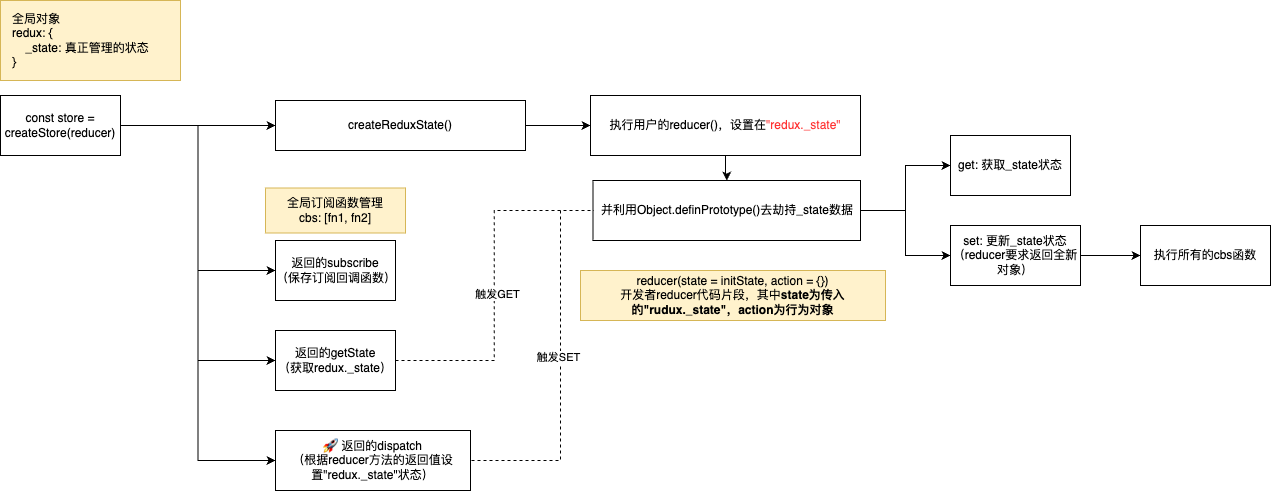
Above: redux思想.drawio.png in JYbill/draw (draw.io), before the change. Source tidied: cells renumbered, new cells last; positions are measured from the earlier drawing's top-left corner, leaving out a move shared by most shapes. Its diagram source:
```xml
<mxGraphModel>
  <root>
    <mxCell id="0" />
    <mxCell id="1" parent="0" />
    <mxCell id="2" value="返回的subscribe&lt;br&gt;（保存订阅回调函数）" style="rounded=0;whiteSpace=wrap;html=1;" parent="1" vertex="1">
      <mxGeometry x="275" y="240" width="120" height="60" as="geometry" />
    </mxCell>
    <mxCell id="3" style="edgeStyle=orthogonalEdgeStyle;rounded=0;jettySize=auto;html=1;exitX=1;exitY=0.5;exitDx=0;exitDy=0;" parent="1" edge="1" source="4" target="16">
      <mxGeometry relative="1" as="geometry" />
    </mxCell>
    <mxCell id="4" value="createReduxState()" style="rounded=0;whiteSpace=wrap;html=1;" parent="1" vertex="1">
      <mxGeometry x="275" y="100" width="250" height="50" as="geometry" />
    </mxCell>
    <mxCell id="5" value="get: 获取_state状态" style="rounded=0;whiteSpace=wrap;html=1;" parent="1" vertex="1">
      <mxGeometry x="950" y="135" width="120" height="60" as="geometry" />
    </mxCell>
    <mxCell id="6" style="edgeStyle=orthogonalEdgeStyle;rounded=0;jettySize=auto;html=1;exitX=1;exitY=0.5;exitDx=0;exitDy=0;" parent="1" edge="1" source="7" target="8">
      <mxGeometry relative="1" as="geometry" />
    </mxCell>
    <mxCell id="7" value="set: 更新_state状态（reducer要求返回全新对象）" style="rounded=0;whiteSpace=wrap;html=1;" parent="1" vertex="1">
      <mxGeometry x="950" y="225" width="130" height="60" as="geometry" />
    </mxCell>
    <mxCell id="8" value="执行所有的cbs函数" style="rounded=0;whiteSpace=wrap;html=1;" parent="1" vertex="1">
      <mxGeometry x="1140" y="225" width="130" height="60" as="geometry" />
    </mxCell>
    <mxCell id="9" value="全局订阅函数管理&lt;br&gt;cbs: [fn1, fn2]" style="text;html=1;align=center;verticalAlign=middle;whiteSpace=wrap;rounded=0;fillColor=#fff2cc;strokeColor=#d6b656;" parent="1" vertex="1">
      <mxGeometry x="265" y="187.5" width="140" height="45" as="geometry" />
    </mxCell>
    <mxCell id="10" value="全局对象&lt;br&gt;redux: {&lt;br&gt;&amp;nbsp; &amp;nbsp; _state: 真正管理的状态&lt;br&gt;}&amp;nbsp;" style="text;html=1;align=left;verticalAlign=middle;whiteSpace=wrap;rounded=0;fillColor=#fff2cc;strokeColor=#d6b656;spacingLeft=10;" parent="1" vertex="1">
      <mxGeometry width="180" height="80" as="geometry" />
    </mxCell>
    <mxCell id="11" value="reducer(state = initState, action = {})&lt;br&gt;开发者reducer代码片段，其中&lt;b&gt;state为传入的&quot;rudux._state&quot;，action为行为对象&lt;/b&gt;" style="text;html=1;align=center;verticalAlign=middle;whiteSpace=wrap;rounded=0;fillColor=#fff2cc;strokeColor=#d6b656;" parent="1" vertex="1">
      <mxGeometry x="580" y="270" width="305" height="50" as="geometry" />
    </mxCell>
    <mxCell id="12" style="edgeStyle=orthogonalEdgeStyle;rounded=0;jettySize=auto;html=1;exitX=1;exitY=0.5;exitDx=0;exitDy=0;entryX=0;entryY=0.5;entryDx=0;entryDy=0;" parent="1" edge="1" source="14" target="5">
      <mxGeometry relative="1" as="geometry" />
    </mxCell>
    <mxCell id="13" style="edgeStyle=orthogonalEdgeStyle;rounded=0;jettySize=auto;html=1;exitX=1;exitY=0.5;exitDx=0;exitDy=0;" parent="1" edge="1" source="14" target="7">
      <mxGeometry relative="1" as="geometry" />
    </mxCell>
    <mxCell id="14" value="并利用Object.definPrototype()去劫持_state数据" style="rounded=0;whiteSpace=wrap;html=1;" parent="1" vertex="1">
      <mxGeometry x="592.5" y="180" width="267.5" height="60" as="geometry" />
    </mxCell>
    <mxCell id="15" style="edgeStyle=orthogonalEdgeStyle;rounded=0;jettySize=auto;html=1;exitX=0.5;exitY=1;exitDx=0;exitDy=0;" parent="1" edge="1" source="16" target="14">
      <mxGeometry relative="1" as="geometry" />
    </mxCell>
    <mxCell id="16" value="执行用户的reducer()，设置在&lt;font color=&quot;#ff3333&quot;&gt;&quot;redux._state&quot;&lt;/font&gt;" style="rounded=0;whiteSpace=wrap;html=1;" parent="1" vertex="1">
      <mxGeometry x="590" y="95" width="270" height="60" as="geometry" />
    </mxCell>
    <mxCell id="17" style="edgeStyle=orthogonalEdgeStyle;rounded=0;jettySize=auto;html=1;exitX=1;exitY=0.5;exitDx=0;exitDy=0;entryX=0;entryY=0.5;entryDx=0;entryDy=0;" parent="1" edge="1" source="21" target="4">
      <mxGeometry relative="1" as="geometry" />
    </mxCell>
    <mxCell id="18" style="edgeStyle=orthogonalEdgeStyle;rounded=0;jettySize=auto;html=1;exitX=1;exitY=0.5;exitDx=0;exitDy=0;entryX=0;entryY=0.5;entryDx=0;entryDy=0;" parent="1" edge="1" source="21" target="2">
      <mxGeometry relative="1" as="geometry" />
    </mxCell>
    <mxCell id="19" style="edgeStyle=orthogonalEdgeStyle;rounded=0;jettySize=auto;html=1;exitX=1;exitY=0.5;exitDx=0;exitDy=0;entryX=0;entryY=0.5;entryDx=0;entryDy=0;" parent="1" edge="1" source="21" target="24">
      <mxGeometry relative="1" as="geometry" />
    </mxCell>
    <mxCell id="20" style="edgeStyle=orthogonalEdgeStyle;rounded=0;jettySize=auto;html=1;exitX=1;exitY=0.5;exitDx=0;exitDy=0;entryX=0;entryY=0.5;entryDx=0;entryDy=0;" parent="1" edge="1" source="21" target="27">
      <mxGeometry relative="1" as="geometry" />
    </mxCell>
    <mxCell id="21" value="const store = createStore(reducer)" style="rounded=0;whiteSpace=wrap;html=1;" parent="1" vertex="1">
      <mxGeometry y="95" width="120" height="60" as="geometry" />
    </mxCell>
    <mxCell id="22" style="edgeStyle=orthogonalEdgeStyle;rounded=0;jettySize=auto;html=1;exitX=1;exitY=0.5;exitDx=0;exitDy=0;entryX=0;entryY=0.5;entryDx=0;entryDy=0;startArrow=none;startFill=0;endArrow=none;endFill=0;dashed=1;" parent="1" edge="1" source="24" target="14">
      <mxGeometry relative="1" as="geometry" />
    </mxCell>
    <mxCell id="23" value="触发GET" style="edgeLabel;html=1;align=center;verticalAlign=middle;" parent="22" vertex="1">
      <mxGeometry x="-0.05" y="-3" relative="1" as="geometry" />
    </mxCell>
    <mxCell id="24" value="返回的getState&lt;br&gt;（获取redux._state）" style="rounded=0;whiteSpace=wrap;html=1;" parent="1" vertex="1">
      <mxGeometry x="275" y="330" width="120" height="60" as="geometry" />
    </mxCell>
    <mxCell id="25" style="edgeStyle=orthogonalEdgeStyle;rounded=0;orthogonalLoop=1;jettySize=auto;html=1;exitX=1;exitY=0.5;exitDx=0;exitDy=0;entryX=0;entryY=0.5;entryDx=0;entryDy=0;endArrow=none;endFill=0;dashed=1;" parent="1" edge="1">
      <mxGeometry relative="1" as="geometry">
        <mxPoint x="471" y="460" as="sourcePoint" />
        <mxPoint x="593.5" y="210" as="targetPoint" />
        <Array as="points">
          <mxPoint x="560" y="460" />
          <mxPoint x="560" y="210" />
        </Array>
      </mxGeometry>
    </mxCell>
    <mxCell id="26" value="触发SET" style="edgeLabel;html=1;align=center;verticalAlign=middle;" parent="25" vertex="1">
      <mxGeometry x="0.04" y="3" relative="1" as="geometry" />
    </mxCell>
    <mxCell id="27" value="🚀 返回的dispatch&lt;br&gt;（根据reducer方法的返回值设置&quot;redux._state&quot;状态）" style="rounded=0;whiteSpace=wrap;html=1;" parent="1" vertex="1">
      <mxGeometry x="275" y="430" width="195" height="60" as="geometry" />
    </mxCell>
  </root>
</mxGraphModel>
```
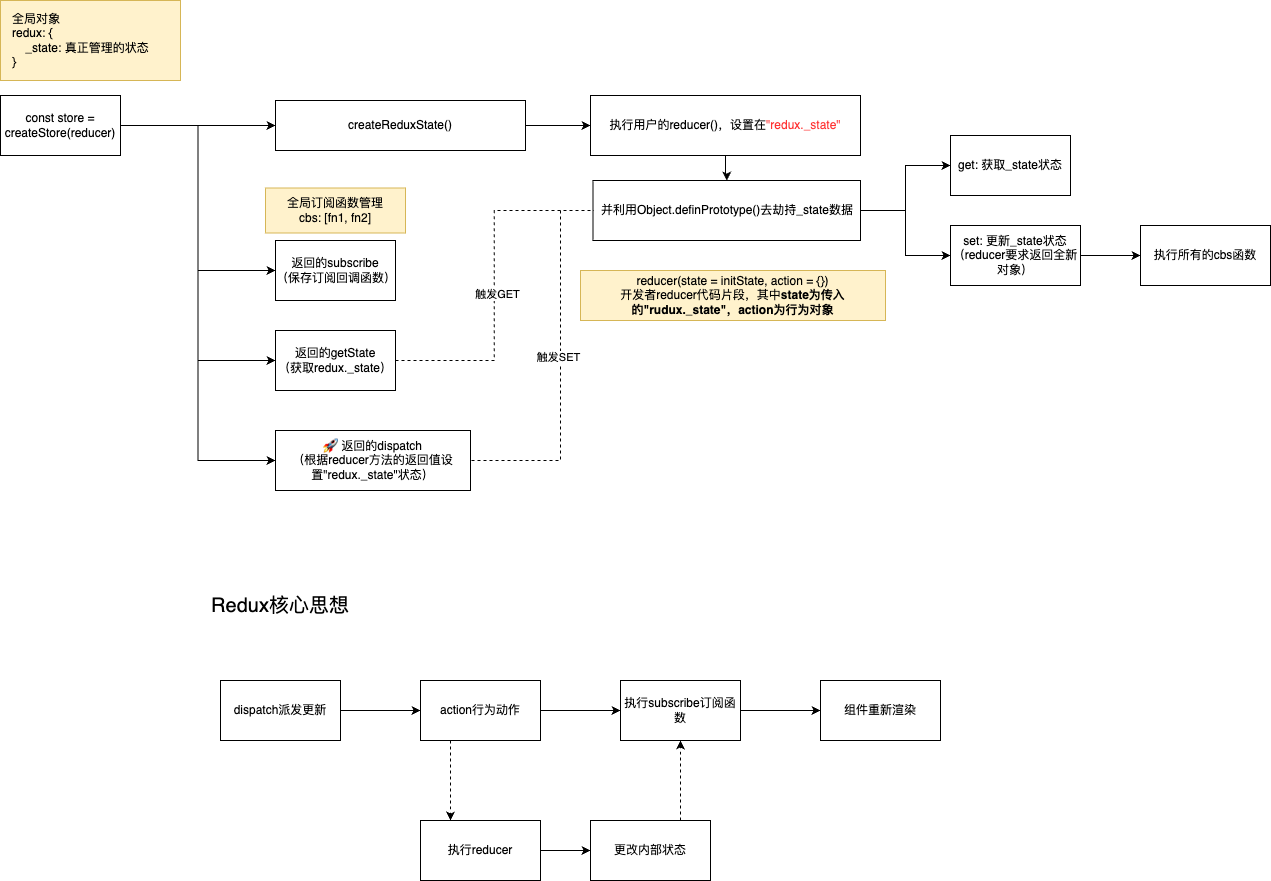
The same diagram one commit later.

Diff of the diagram source:
```diff
@@ -87,5 +87,44 @@
     <mxCell id="27" value="🚀 返回的dispatch&lt;br&gt;（根据reducer方法的返回值设置&quot;redux._state&quot;状态）" style="rounded=0;whiteSpace=wrap;html=1;" parent="1" vertex="1">
       <mxGeometry x="275" y="430" width="195" height="60" as="geometry" />
     </mxCell>
+    <mxCell id="28" value="Redux核心思想" style="text;html=1;align=center;verticalAlign=middle;whiteSpace=wrap;rounded=0;fontSize=20;" parent="1" vertex="1">
+      <mxGeometry x="130" y="580" width="300" height="50" as="geometry" />
+    </mxCell>
+    <mxCell id="29" style="edgeStyle=orthogonalEdgeStyle;rounded=0;jettySize=auto;html=1;exitX=1;exitY=0.5;exitDx=0;exitDy=0;" parent="1" edge="1" source="30" target="33">
+      <mxGeometry relative="1" as="geometry" />
+    </mxCell>
+    <mxCell id="30" value="dispatch派发更新" style="rounded=0;whiteSpace=wrap;html=1;" parent="1" vertex="1">
+      <mxGeometry x="220" y="680" width="120" height="60" as="geometry" />
+    </mxCell>
+    <mxCell id="31" style="edgeStyle=orthogonalEdgeStyle;rounded=0;jettySize=auto;html=1;exitX=1;exitY=0.5;exitDx=0;exitDy=0;" parent="1" edge="1" source="33" target="35">
+      <mxGeometry relative="1" as="geometry" />
+    </mxCell>
+    <mxCell id="32" style="edgeStyle=orthogonalEdgeStyle;rounded=0;jettySize=auto;html=1;exitX=0.25;exitY=1;exitDx=0;exitDy=0;entryX=0.25;entryY=0;entryDx=0;entryDy=0;dashed=1;" parent="1" edge="1" source="33" target="38">
+      <mxGeometry relative="1" as="geometry" />
+    </mxCell>
+    <mxCell id="33" value="action行为动作" style="rounded=0;whiteSpace=wrap;html=1;" parent="1" vertex="1">
+      <mxGeometry x="420" y="680" width="120" height="60" as="geometry" />
+    </mxCell>
+    <mxCell id="34" style="edgeStyle=orthogonalEdgeStyle;rounded=0;jettySize=auto;html=1;exitX=1;exitY=0.5;exitDx=0;exitDy=0;" parent="1" edge="1" source="35" target="36">
+      <mxGeometry relative="1" as="geometry" />
+    </mxCell>
+    <mxCell id="35" value="执行subscribe订阅函数" style="rounded=0;whiteSpace=wrap;html=1;" parent="1" vertex="1">
+      <mxGeometry x="620" y="680" width="120" height="60" as="geometry" />
+    </mxCell>
+    <mxCell id="36" value="组件重新渲染" style="rounded=0;whiteSpace=wrap;html=1;" parent="1" vertex="1">
+      <mxGeometry x="820" y="680" width="120" height="60" as="geometry" />
+    </mxCell>
+    <mxCell id="37" style="edgeStyle=orthogonalEdgeStyle;rounded=0;jettySize=auto;html=1;exitX=1;exitY=0.5;exitDx=0;exitDy=0;entryX=0;entryY=0.5;entryDx=0;entryDy=0;" parent="1" edge="1" source="38" target="40">
+      <mxGeometry relative="1" as="geometry" />
+    </mxCell>
+    <mxCell id="38" value="执行reducer" style="rounded=0;whiteSpace=wrap;html=1;" parent="1" vertex="1">
+      <mxGeometry x="420" y="820" width="120" height="60" as="geometry" />
+    </mxCell>
+    <mxCell id="39" style="edgeStyle=orthogonalEdgeStyle;rounded=0;jettySize=auto;html=1;exitX=0.75;exitY=0;exitDx=0;exitDy=0;entryX=0.5;entryY=1;entryDx=0;entryDy=0;dashed=1;" parent="1" edge="1" source="40" target="35">
+      <mxGeometry relative="1" as="geometry" />
+    </mxCell>
+    <mxCell id="40" value="更改内部状态" style="rounded=0;whiteSpace=wrap;html=1;" parent="1" vertex="1">
+      <mxGeometry x="590" y="820" width="120" height="60" as="geometry" />
+    </mxCell>
   </root>
 </mxGraphModel>
```
